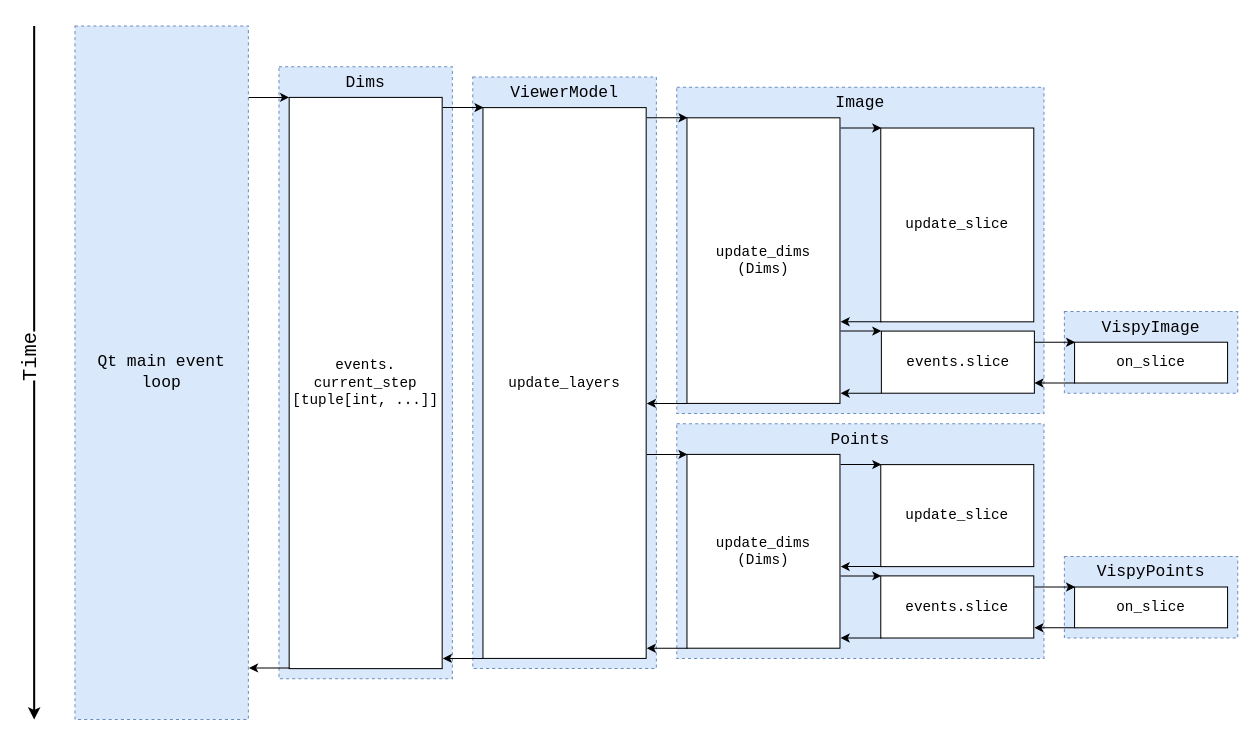
This is napari-slicing-sync-calls-simple.drawio from andy-sweet/napari-diagrams, a draw.io file, before an edit. Source tidied: cells renumbered, new cells numbered last; positions are measured from the earlier drawing's top-left corner, leaving out a move shared by most shapes. Both pictures are drawn from the tidied source at 102%, with x=0, y=0 at pixel (34, 26).
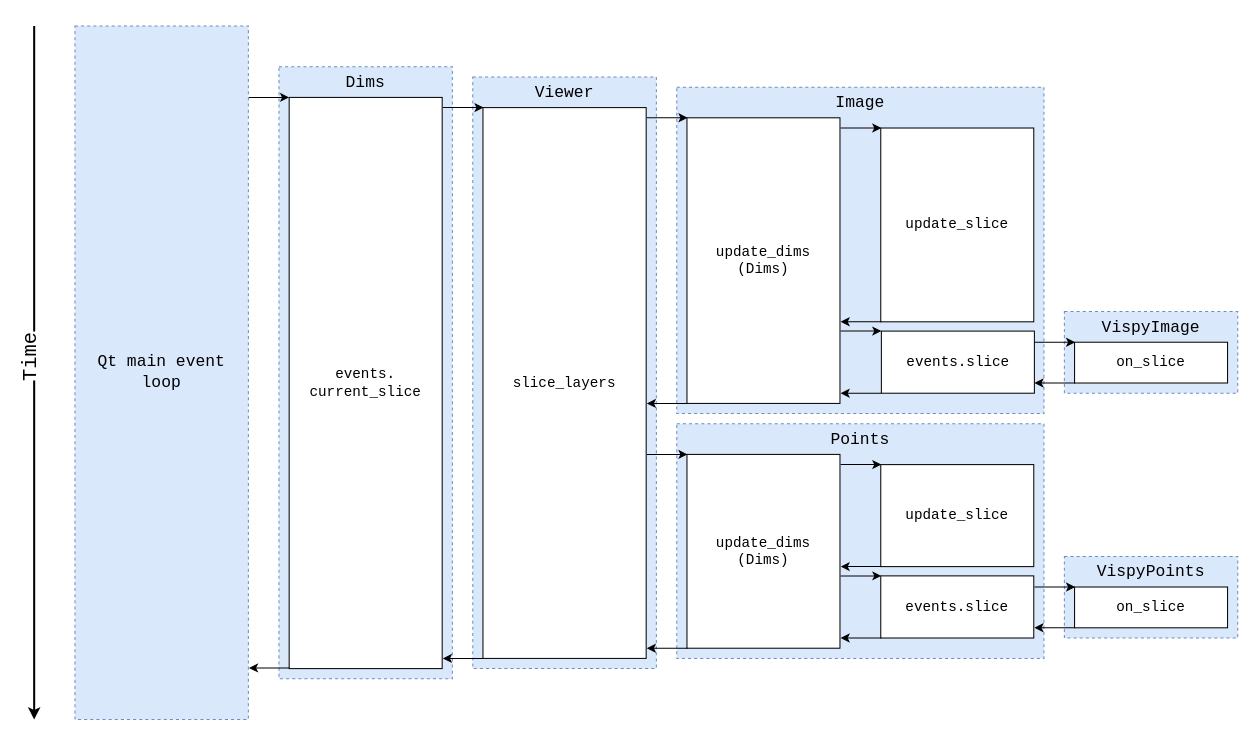
The same diagram, later.

Change to the diagram source:
```diff
@@
-    <mxCell id="4" value="ViewerModel" style="rounded=0;whiteSpace=wrap;html=1;verticalAlign=top;align=center;spacingLeft=0;spacingTop=0;dashed=1;fillColor=#dae8fc;strokeColor=#6c8ebf;fontSize=16;fontFamily=Courier New;" parent="1" vertex="1">
+    <mxCell id="4" value="Viewer&lt;br&gt;" style="rounded=0;whiteSpace=wrap;html=1;verticalAlign=top;align=center;spacingLeft=0;spacingTop=0;dashed=1;fillColor=#dae8fc;strokeColor=#6c8ebf;fontSize=16;fontFamily=Courier New;" parent="1" vertex="1">
       <mxGeometry x="430" y="50" width="180" height="580" as="geometry" />
     </mxCell>
-    <mxCell id="5" value="update_layers" style="rounded=0;whiteSpace=wrap;html=1;fontSize=14;fontFamily=Courier New;" parent="1" vertex="1">
+    <mxCell id="5" value="slice_layers" style="rounded=0;whiteSpace=wrap;html=1;fontSize=14;fontFamily=Courier New;" parent="1" vertex="1">
       <mxGeometry x="440" y="80" width="160" height="540" as="geometry" />
     </mxCell>
@@
-    <mxCell id="7" value="events.&lt;br style=&quot;font-size: 14px;&quot;&gt;current_step&lt;br style=&quot;font-size: 14px;&quot;&gt;[tuple[int, ...]]" style="rounded=0;whiteSpace=wrap;html=1;fontSize=14;fontFamily=Courier New;" parent="1" vertex="1">
+    <mxCell id="7" value="events.&lt;br style=&quot;font-size: 14px;&quot;&gt;current_slice" style="rounded=0;whiteSpace=wrap;html=1;fontSize=14;fontFamily=Courier New;" parent="1" vertex="1">
       <mxGeometry x="250" y="70" width="150" height="560" as="geometry" />
     </mxCell>
```
